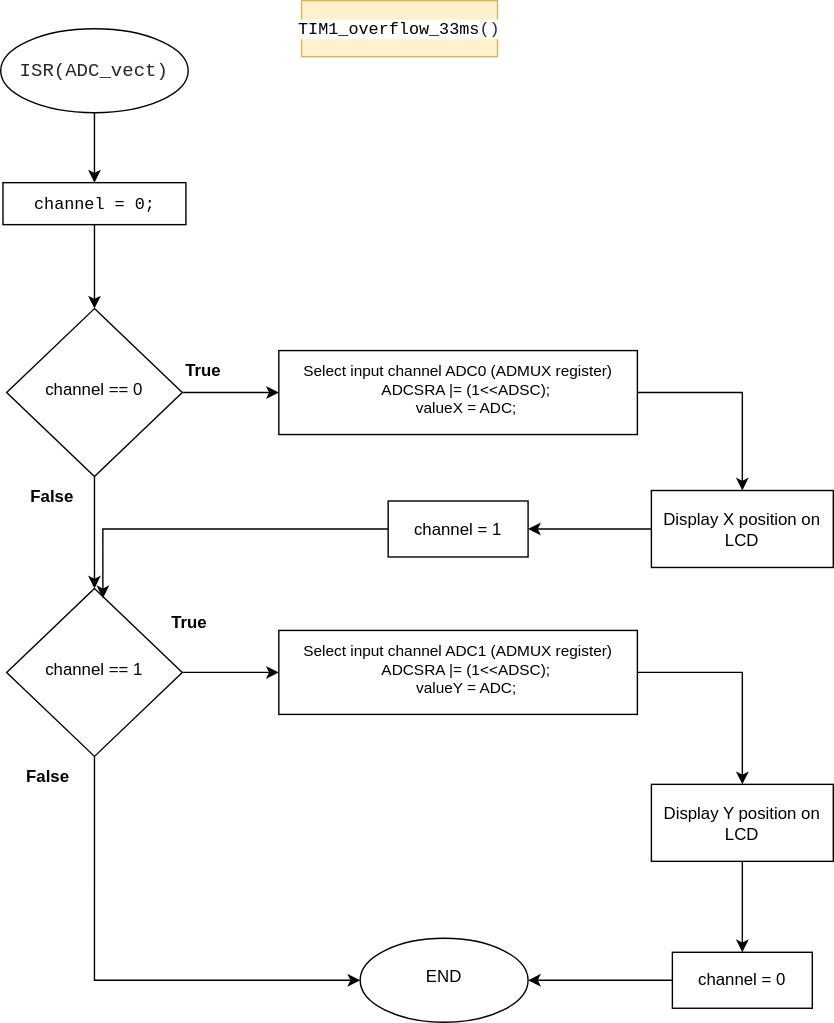
The draw.io diagram Project1/images/project_joystick.svg in xsedla1y/digital-electronics-2, before a commit. Source tidied: cells renumbered, new cells last; positions are measured from the earlier drawing's top-left corner, leaving out a move shared by most shapes.
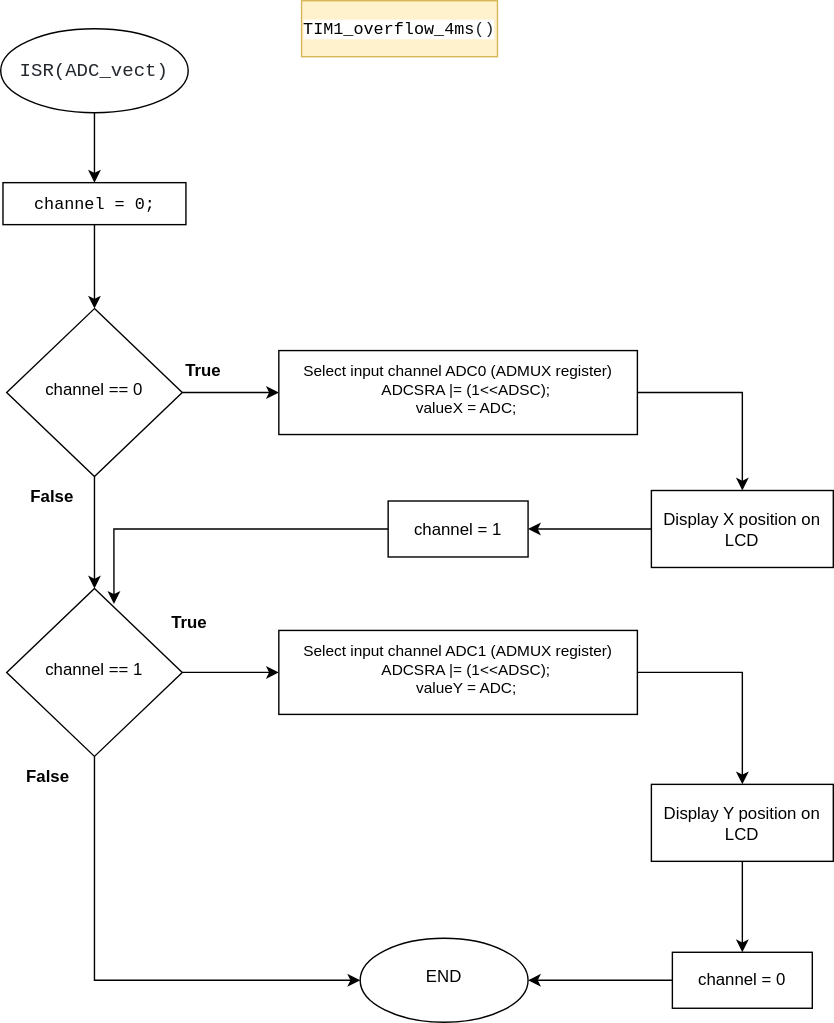
Later version of the same file.

Diff of the diagram source:
```diff
@@ -32,7 +32,7 @@
     <mxCell id="11" value="False" style="text;html=1;strokeColor=none;fillColor=none;align=center;verticalAlign=middle;whiteSpace=wrap;rounded=0;fontStyle=1;" parent="1" vertex="1">
       <mxGeometry x="7" y="340" width="60" height="30" as="geometry" />
     </mxCell>
-    <mxCell id="12" value="&lt;span style=&quot;box-sizing: border-box; color: var(--color-prettylights-syntax-entity); font-family: ui-monospace, SFMono-Regular, &amp;quot;SF Mono&amp;quot;, Menlo, Consolas, &amp;quot;Liberation Mono&amp;quot;, monospace; font-size: 12px; font-style: normal; font-variant-ligatures: normal; font-variant-caps: normal; font-weight: 400; letter-spacing: normal; orphans: 2; text-indent: 0px; text-transform: none; widows: 2; word-spacing: 0px; -webkit-text-stroke-width: 0px; background-color: rgb(255, 255, 255); text-decoration-thickness: initial; text-decoration-style: initial; text-decoration-color: initial;&quot; class=&quot;pl-en&quot;&gt;TIM1_overflow_33ms&lt;/span&gt;&lt;span style=&quot;color: rgb(36, 41, 47); font-family: ui-monospace, SFMono-Regular, &amp;quot;SF Mono&amp;quot;, Menlo, Consolas, &amp;quot;Liberation Mono&amp;quot;, monospace; font-size: 12px; font-style: normal; font-variant-ligatures: normal; font-variant-caps: normal; font-weight: 400; letter-spacing: normal; orphans: 2; text-indent: 0px; text-transform: none; widows: 2; word-spacing: 0px; -webkit-text-stroke-width: 0px; background-color: rgb(255, 255, 255); text-decoration-thickness: initial; text-decoration-style: initial; text-decoration-color: initial; float: none; display: inline !important;&quot;&gt;()&lt;/span&gt;" style="rounded=0;whiteSpace=wrap;html=1;align=center;verticalAlign=middle;fillColor=#fff2cc;strokeColor=#d6b656;" parent="1" vertex="1">
+    <mxCell id="12" value="&lt;span style=&quot;box-sizing: border-box; color: var(--color-prettylights-syntax-entity); font-family: ui-monospace, SFMono-Regular, &amp;quot;SF Mono&amp;quot;, Menlo, Consolas, &amp;quot;Liberation Mono&amp;quot;, monospace; font-size: 12px; font-style: normal; font-variant-ligatures: normal; font-variant-caps: normal; font-weight: 400; letter-spacing: normal; orphans: 2; text-indent: 0px; text-transform: none; widows: 2; word-spacing: 0px; -webkit-text-stroke-width: 0px; background-color: rgb(255, 255, 255); text-decoration-thickness: initial; text-decoration-style: initial; text-decoration-color: initial;&quot; class=&quot;pl-en&quot;&gt;TIM1_overflow_4ms&lt;/span&gt;&lt;span style=&quot;color: rgb(36, 41, 47); font-family: ui-monospace, SFMono-Regular, &amp;quot;SF Mono&amp;quot;, Menlo, Consolas, &amp;quot;Liberation Mono&amp;quot;, monospace; font-size: 12px; font-style: normal; font-variant-ligatures: normal; font-variant-caps: normal; font-weight: 400; letter-spacing: normal; orphans: 2; text-indent: 0px; text-transform: none; widows: 2; word-spacing: 0px; -webkit-text-stroke-width: 0px; background-color: rgb(255, 255, 255); text-decoration-thickness: initial; text-decoration-style: initial; text-decoration-color: initial; float: none; display: inline !important;&quot;&gt;()&lt;/span&gt;" style="rounded=0;whiteSpace=wrap;html=1;align=center;verticalAlign=middle;fillColor=#fff2cc;strokeColor=#d6b656;" parent="1" vertex="1">
       <mxGeometry x="215" width="140" height="40" as="geometry" />
     </mxCell>
     <mxCell id="13" value="True" style="text;html=1;strokeColor=none;fillColor=none;align=center;verticalAlign=middle;whiteSpace=wrap;rounded=0;fontStyle=1;" parent="1" vertex="1">
@@ -77,7 +77,7 @@
     <mxCell id="26" value="False" style="text;html=1;strokeColor=none;fillColor=none;align=center;verticalAlign=middle;whiteSpace=wrap;rounded=0;fontStyle=1;" parent="1" vertex="1">
       <mxGeometry x="4.3" y="540" width="60" height="30" as="geometry" />
     </mxCell>
-    <mxCell id="27" style="edgeStyle=orthogonalEdgeStyle;rounded=0;jettySize=auto;html=1;exitX=0;exitY=0.5;exitDx=0;exitDy=0;entryX=0.548;entryY=0.058;entryDx=0;entryDy=0;entryPerimeter=0;" parent="1" edge="1" source="28" target="19">
+    <mxCell id="27" style="edgeStyle=orthogonalEdgeStyle;rounded=0;jettySize=auto;html=1;exitX=0;exitY=0.5;exitDx=0;exitDy=0;entryX=0.611;entryY=0.092;entryDx=0;entryDy=0;entryPerimeter=0;fontSize=11;" parent="1" edge="1" source="28" target="19">
       <mxGeometry relative="1" as="geometry" />
     </mxCell>
     <mxCell id="28" value="channel = 1" style="rounded=0;whiteSpace=wrap;html=1;glass=0;strokeWidth=1;shadow=0;" parent="1" vertex="1">
```
